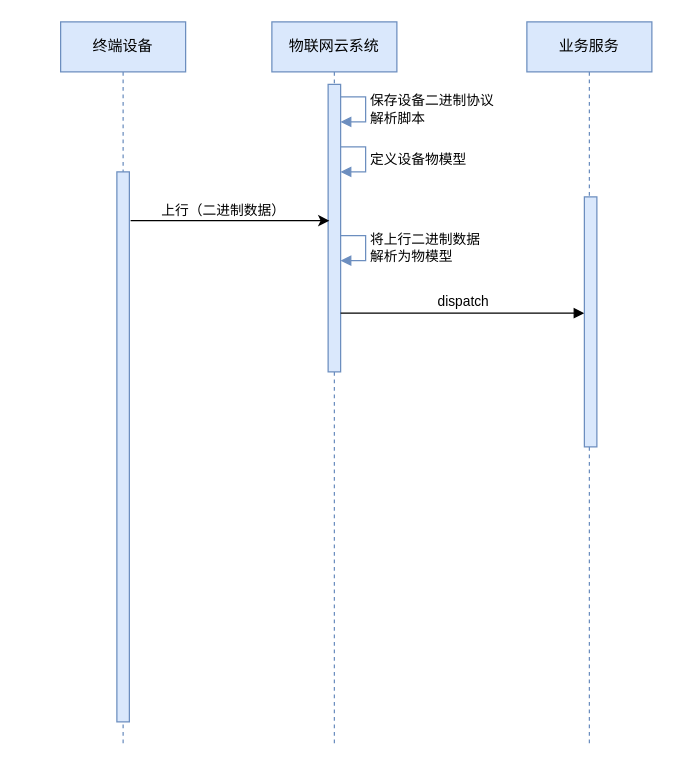
Before: seewo/drawio/设备协议统一时序图.drawio in yzzh9/yzzh9, a draw.io diagram. Source tidied: cells renumbered, new cells numbered last; positions are measured from the earlier drawing's top-left corner, leaving out a move shared by most shapes. Both pictures are drawn from the tidied source at 125%, with x=0, y=0 at pixel (60, 21).
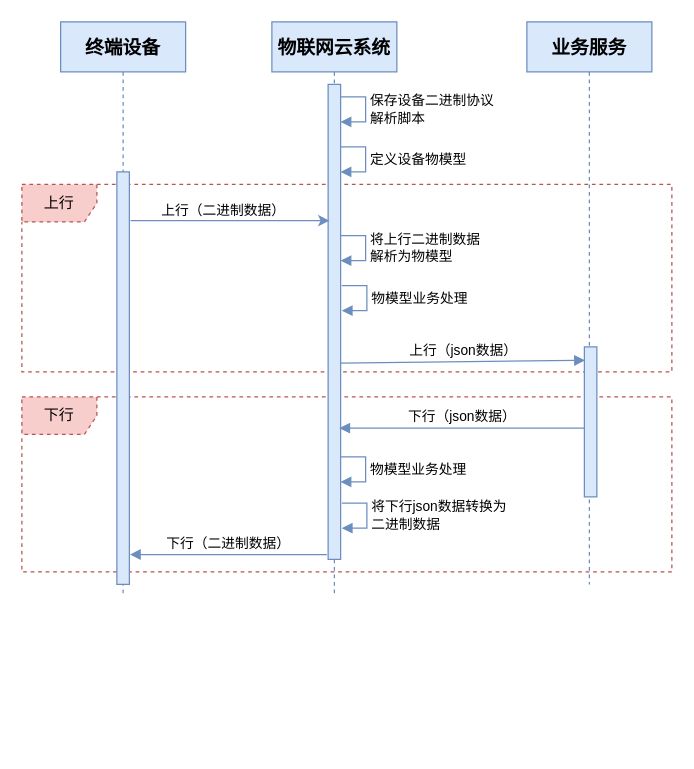
The same diagram, later.

Commit message:
更新设备协议统一时序图.drawio

Diff of the diagram source:
```diff
@@
+    <mxCell id="14" value="下行" style="shape=umlFrame;whiteSpace=wrap;html=1;dashed=1;fillColor=#f8cecc;strokeColor=#b85450;fontStyle=0;" parent="1" vertex="1">
+      <mxGeometry x="-31" y="300" width="520" height="140" as="geometry" />
+    </mxCell>
+    <mxCell id="15" value="上行" style="shape=umlFrame;whiteSpace=wrap;html=1;dashed=1;fillColor=#f8cecc;strokeColor=#b85450;fontStyle=0;" parent="1" vertex="1">
+      <mxGeometry x="-31" y="130" width="520" height="150" as="geometry" />
+    </mxCell>
-    <mxCell id="2" value="物联网云系统" style="shape=umlLifeline;perimeter=lifelinePerimeter;whiteSpace=wrap;html=1;shadow=0;comic=0;labelBackgroundColor=none;strokeWidth=1;fontFamily=Verdana;fontSize=12;align=center;fillColor=#dae8fc;strokeColor=#6c8ebf;" parent="1" vertex="1">
-      <mxGeometry x="169" width="100" height="580" as="geometry" />
+    <mxCell id="2" value="物联网云系统" style="shape=umlLifeline;perimeter=lifelinePerimeter;whiteSpace=wrap;html=1;shadow=0;comic=0;labelBackgroundColor=none;strokeWidth=1;fontFamily=Verdana;fontSize=15;align=center;fillColor=#dae8fc;strokeColor=#6c8ebf;fontStyle=1;" parent="1" vertex="1">
+      <mxGeometry x="169" width="100" height="460" as="geometry" />
     </mxCell>
-    <mxCell id="3" style="html=1;perimeter=orthogonalPerimeter;shadow=0;comic=0;labelBackgroundColor=none;strokeWidth=1;fontFamily=Verdana;fontSize=12;align=center;fillColor=#dae8fc;strokeColor=#6c8ebf;" parent="2" vertex="1">
-      <mxGeometry x="45" y="50" width="10" height="230" as="geometry" />
+    <mxCell id="3" style="html=1;perimeter=orthogonalPerimeter;shadow=0;comic=0;labelBackgroundColor=none;strokeWidth=1;fontFamily=Verdana;fontSize=12;align=center;fillColor=#dae8fc;strokeColor=#6c8ebf;fontStyle=0;" parent="2" vertex="1">
+      <mxGeometry x="45" y="50" width="10" height="380" as="geometry" />
     </mxCell>
-    <mxCell id="4" value="&lt;div&gt;&lt;span style=&quot;font-size: 11px&quot;&gt;保存设备二进制&lt;/span&gt;协议&lt;/div&gt;&lt;div&gt;解析脚本&lt;/div&gt;" style="edgeStyle=orthogonalEdgeStyle;html=1;align=left;spacingLeft=2;endArrow=block;rounded=0;entryX=1;entryY=0;fillColor=#dae8fc;strokeColor=#6c8ebf;" parent="2" edge="1">
+    <mxCell id="4" value="&lt;div&gt;&lt;span style=&quot;font-size: 11px&quot;&gt;保存设备二进制&lt;/span&gt;协议&lt;/div&gt;&lt;div&gt;解析脚本&lt;/div&gt;" style="edgeStyle=orthogonalEdgeStyle;html=1;align=left;spacingLeft=2;endArrow=block;rounded=0;entryX=1;entryY=0;fillColor=#dae8fc;strokeColor=#6c8ebf;fontStyle=0;" parent="2" edge="1">
       <mxGeometry relative="1" as="geometry">
         <mxPoint x="55" y="60" as="sourcePoint" />
         <mxPoint x="55" y="80" as="targetPoint" />
         <Array as="points">
           <mxPoint x="75" y="60" />
         </Array>
       </mxGeometry>
     </mxCell>
-    <mxCell id="5" value="dispatch" style="html=1;verticalAlign=bottom;endArrow=block;entryX=0;entryY=0.465;entryDx=0;entryDy=0;entryPerimeter=0;" parent="2" edge="1" target="7">
+    <mxCell id="5" value="上行（json数据）" style="html=1;verticalAlign=bottom;endArrow=block;entryX=0.04;entryY=0.09;entryDx=0;entryDy=0;entryPerimeter=0;fillColor=#dae8fc;strokeColor=#6c8ebf;fontStyle=0;" parent="2" edge="1" target="7">
       <mxGeometry relative="1" as="geometry">
-        <mxPoint x="55" y="233" as="sourcePoint" />
+        <mxPoint x="55" y="273" as="sourcePoint" />
       </mxGeometry>
     </mxCell>
-    <mxCell id="6" value="业务服务" style="shape=umlLifeline;perimeter=lifelinePerimeter;whiteSpace=wrap;html=1;shadow=0;comic=0;labelBackgroundColor=none;strokeWidth=1;fontFamily=Verdana;fontSize=12;align=center;fillColor=#dae8fc;strokeColor=#6c8ebf;" parent="1" vertex="1">
-      <mxGeometry x="373" width="100" height="580" as="geometry" />
+    <mxCell id="6" value="业务服务" style="shape=umlLifeline;perimeter=lifelinePerimeter;whiteSpace=wrap;html=1;shadow=0;comic=0;labelBackgroundColor=none;strokeWidth=1;fontFamily=Verdana;fontSize=15;align=center;fillColor=#dae8fc;strokeColor=#6c8ebf;fontStyle=1;" parent="1" vertex="1">
+      <mxGeometry x="373" width="100" height="450" as="geometry" />
     </mxCell>
-    <mxCell id="7" style="html=1;points=[];perimeter=orthogonalPerimeter;shadow=0;comic=0;labelBackgroundColor=none;strokeWidth=1;fontFamily=Verdana;fontSize=12;align=center;fillColor=#dae8fc;strokeColor=#6c8ebf;" parent="6" vertex="1">
-      <mxGeometry x="46" y="140" width="10" height="200" as="geometry" />
+    <mxCell id="7" style="html=1;points=[];perimeter=orthogonalPerimeter;shadow=0;comic=0;labelBackgroundColor=none;strokeWidth=1;fontFamily=Verdana;fontSize=12;align=center;fillColor=#dae8fc;strokeColor=#6c8ebf;fontStyle=0;" parent="6" vertex="1">
+      <mxGeometry x="46" y="260" width="10" height="120" as="geometry" />
     </mxCell>
-    <mxCell id="8" value="终端设备" style="shape=umlLifeline;perimeter=lifelinePerimeter;whiteSpace=wrap;html=1;shadow=0;comic=0;labelBackgroundColor=none;strokeWidth=1;fontFamily=Verdana;fontSize=12;align=center;fillColor=#dae8fc;strokeColor=#6c8ebf;" parent="1" vertex="1">
-      <mxGeometry width="100" height="580" as="geometry" />
+    <mxCell id="8" value="终端设备" style="shape=umlLifeline;perimeter=lifelinePerimeter;whiteSpace=wrap;html=1;shadow=0;comic=0;labelBackgroundColor=none;strokeWidth=1;fontFamily=Verdana;fontSize=15;align=center;fillColor=#dae8fc;strokeColor=#6c8ebf;fontStyle=1;" parent="1" vertex="1">
+      <mxGeometry width="100" height="460" as="geometry" />
     </mxCell>
-    <mxCell id="9" style="html=1;perimeter=orthogonalPerimeter;shadow=0;comic=0;labelBackgroundColor=none;strokeWidth=1;fontFamily=Verdana;fontSize=12;align=center;fillColor=#dae8fc;strokeColor=#6c8ebf;" parent="8" vertex="1">
-      <mxGeometry x="45" y="120" width="10" height="440" as="geometry" />
+    <mxCell id="9" style="html=1;perimeter=orthogonalPerimeter;shadow=0;comic=0;labelBackgroundColor=none;strokeWidth=1;fontFamily=Verdana;fontSize=12;align=center;fillColor=#dae8fc;strokeColor=#6c8ebf;fontStyle=0;" parent="8" vertex="1">
+      <mxGeometry x="45" y="120" width="10" height="330" as="geometry" />
     </mxCell>
-    <mxCell id="10" value="定义设备物模型" style="edgeStyle=orthogonalEdgeStyle;html=1;align=left;spacingLeft=2;endArrow=block;rounded=0;entryX=1;entryY=0;fillColor=#dae8fc;strokeColor=#6c8ebf;" parent="1" edge="1">
+    <mxCell id="10" value="定义设备物模型" style="edgeStyle=orthogonalEdgeStyle;html=1;align=left;spacingLeft=2;endArrow=block;rounded=0;entryX=1;entryY=0;fillColor=#dae8fc;strokeColor=#6c8ebf;fontStyle=0;" parent="1" edge="1">
       <mxGeometry relative="1" as="geometry">
         <mxPoint x="224" y="100" as="sourcePoint" />
         <mxPoint x="224" y="120" as="targetPoint" />
         <Array as="points">
           <mxPoint x="244" y="100" />
         </Array>
       </mxGeometry>
     </mxCell>
-    <mxCell id="11" style="edgeStyle=orthogonalEdgeStyle;rounded=0;orthogonalLoop=1;jettySize=auto;html=1;" parent="1" edge="1">
+    <mxCell id="11" style="edgeStyle=orthogonalEdgeStyle;rounded=0;orthogonalLoop=1;jettySize=auto;html=1;fillColor=#dae8fc;strokeColor=#6c8ebf;fontStyle=0;" parent="1" edge="1">
       <mxGeometry relative="1" as="geometry">
         <mxPoint x="56" y="159" as="sourcePoint" />
         <mxPoint x="215" y="159" as="targetPoint" />
       </mxGeometry>
     </mxCell>
-    <mxCell id="12" value="上行（二进制数据）" style="edgeLabel;html=1;align=center;verticalAlign=middle;" parent="11" vertex="1">
+    <mxCell id="12" value="上行（二进制数据）" style="edgeLabel;html=1;align=center;verticalAlign=middle;fontStyle=0;" parent="11" vertex="1">
       <mxGeometry x="-0.6" relative="1" as="geometry">
         <mxPoint x="41" y="-9" as="offset" />
       </mxGeometry>
     </mxCell>
-    <mxCell id="13" value="将上行二进制数据&lt;br&gt;解析为物模型" style="edgeStyle=orthogonalEdgeStyle;html=1;align=left;spacingLeft=2;endArrow=block;rounded=0;entryX=1;entryY=0;fillColor=#dae8fc;strokeColor=#6c8ebf;" parent="1" edge="1">
+    <mxCell id="13" value="将上行二进制数据&lt;br&gt;解析为物模型" style="edgeStyle=orthogonalEdgeStyle;html=1;align=left;spacingLeft=2;endArrow=block;rounded=0;entryX=1;entryY=0;fillColor=#dae8fc;strokeColor=#6c8ebf;fontStyle=0;" parent="1" edge="1">
       <mxGeometry relative="1" as="geometry">
         <mxPoint x="224" y="171" as="sourcePoint" />
         <mxPoint x="224" y="191" as="targetPoint" />
         <Array as="points">
           <mxPoint x="244" y="171" />
         </Array>
       </mxGeometry>
     </mxCell>
+    <mxCell id="16" value="下行（json数据）" style="html=1;verticalAlign=bottom;endArrow=block;exitX=0;exitY=0.295;exitDx=0;exitDy=0;exitPerimeter=0;fillColor=#dae8fc;strokeColor=#6c8ebf;fontStyle=0;" parent="1" edge="1">
+      <mxGeometry relative="1" as="geometry">
+        <mxPoint x="419" y="325" as="sourcePoint" />
+        <mxPoint x="223" y="325" as="targetPoint" />
+      </mxGeometry>
+    </mxCell>
+    <mxCell id="17" value="物模型业务处理" style="edgeStyle=orthogonalEdgeStyle;html=1;align=left;spacingLeft=2;endArrow=block;rounded=0;entryX=1;entryY=0;fillColor=#dae8fc;strokeColor=#6c8ebf;fontStyle=0;" parent="1" edge="1">
+      <mxGeometry relative="1" as="geometry">
+        <mxPoint x="224" y="348" as="sourcePoint" />
+        <mxPoint x="224" y="368" as="targetPoint" />
+        <Array as="points">
+          <mxPoint x="244" y="348" />
+        </Array>
+      </mxGeometry>
+    </mxCell>
+    <mxCell id="18" value="物模型业务处理" style="edgeStyle=orthogonalEdgeStyle;html=1;align=left;spacingLeft=2;endArrow=block;rounded=0;entryX=1;entryY=0;fillColor=#dae8fc;strokeColor=#6c8ebf;fontStyle=0;" parent="1" edge="1">
+      <mxGeometry relative="1" as="geometry">
+        <mxPoint x="225" y="211" as="sourcePoint" />
+        <mxPoint x="225" y="231" as="targetPoint" />
+        <Array as="points">
+          <mxPoint x="245" y="211" />
+        </Array>
+      </mxGeometry>
+    </mxCell>
+    <mxCell id="19" value="将下行json数据转换为&lt;br&gt;二进制数据" style="edgeStyle=orthogonalEdgeStyle;html=1;align=left;spacingLeft=2;endArrow=block;rounded=0;entryX=1;entryY=0;fillColor=#dae8fc;strokeColor=#6c8ebf;fontStyle=0;" parent="1" edge="1">
+      <mxGeometry relative="1" as="geometry">
+        <mxPoint x="225" y="385" as="sourcePoint" />
+        <mxPoint x="225" y="405" as="targetPoint" />
+        <Array as="points">
+          <mxPoint x="245" y="385" />
+        </Array>
+      </mxGeometry>
+    </mxCell>
+    <mxCell id="20" value="下行（二进制数据）" style="html=1;verticalAlign=bottom;endArrow=block;exitX=-0.2;exitY=0.966;exitDx=0;exitDy=0;exitPerimeter=0;fillColor=#dae8fc;strokeColor=#6c8ebf;fontStyle=0;" parent="1" edge="1">
+      <mxGeometry relative="1" as="geometry">
+        <mxPoint x="213" y="426.1" as="sourcePoint" />
+        <mxPoint x="55.5" y="426.1" as="targetPoint" />
+      </mxGeometry>
+    </mxCell>
```
